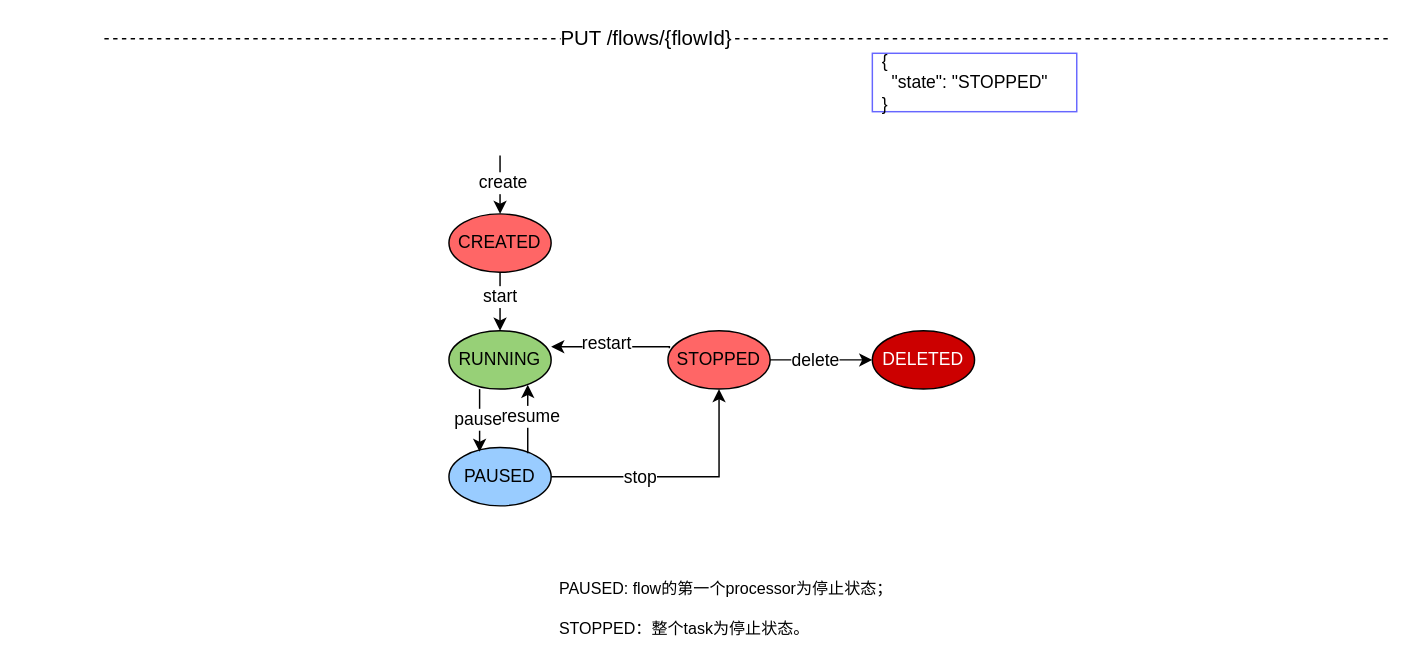
This is page "状态转换" (12 of 13) of 自助式接入.drawio from dophinlife/drawio, a draw.io file, before an edit. Source tidied: cells renumbered, new cells numbered last; positions are measured from the earlier drawing's top-left corner, leaving out a move shared by most shapes. Both pictures are drawn from the tidied source at 146%, with x=0, y=0 at pixel (104, 38).
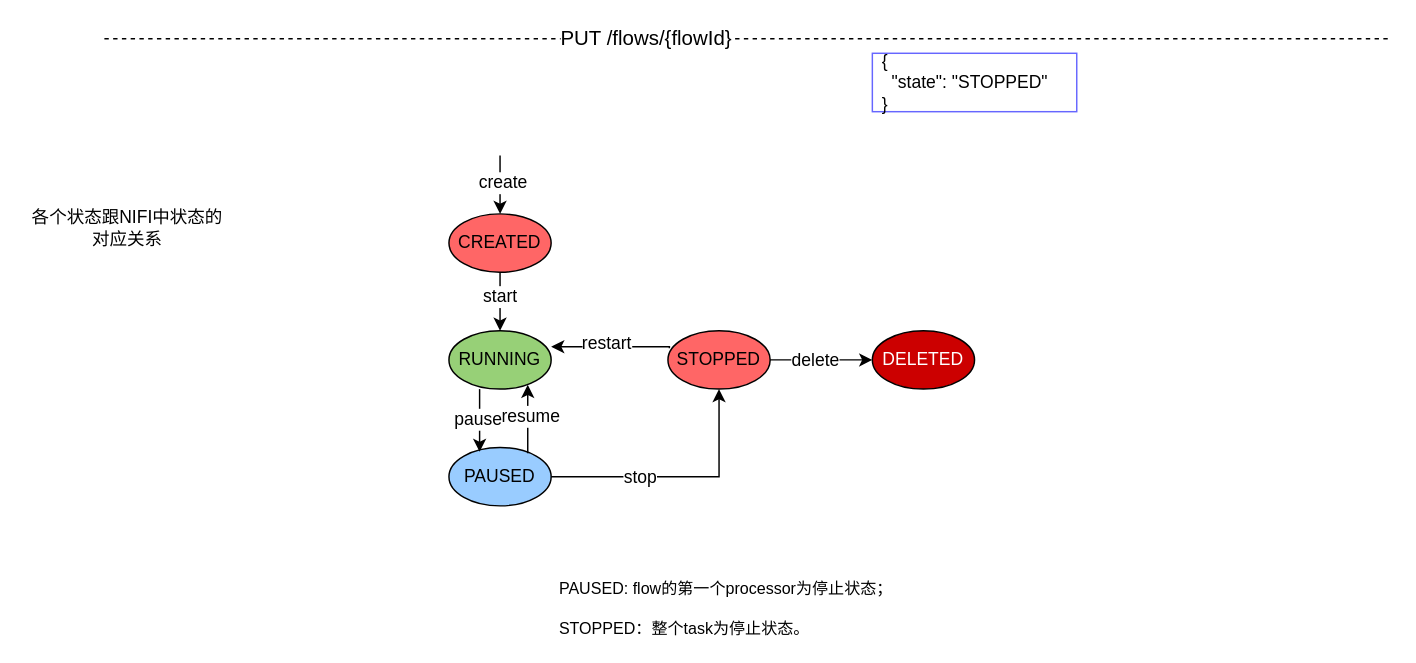
Above is the later version.

Diff of the diagram source:
```diff
@@
+    <mxCell id="28" value="各个状态跟NIFI中状态的对应关系" style="text;html=1;strokeColor=none;fillColor=none;align=center;verticalAlign=middle;whiteSpace=wrap;rounded=0;" parent="1" vertex="1">
+      <mxGeometry x="-54" y="120" width="140" height="20" as="geometry" />
+    </mxCell>
```
